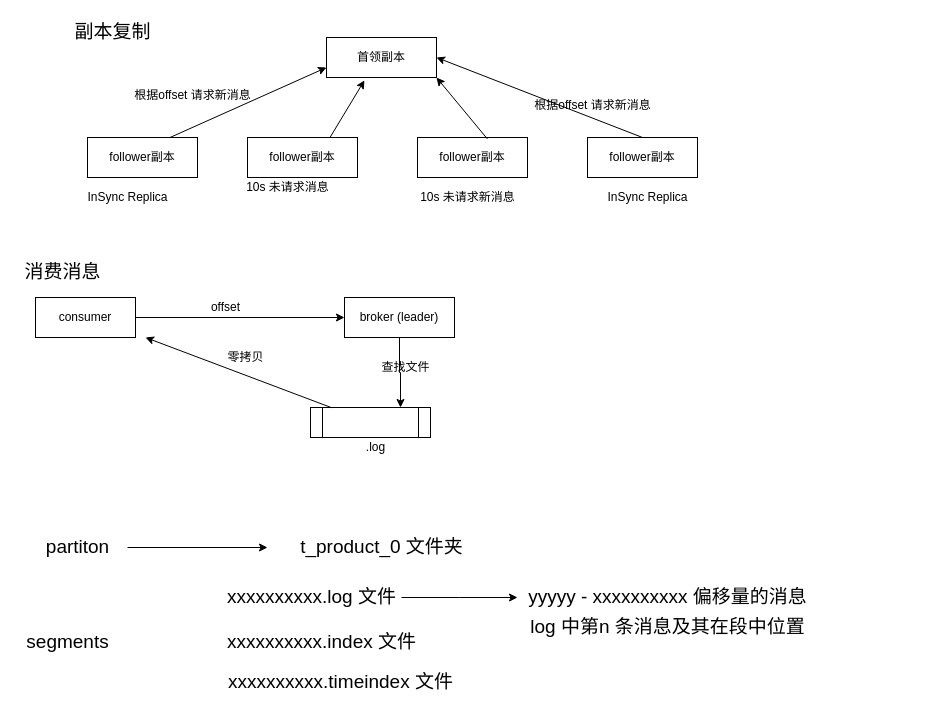
davids-dot/DrawIo keeps this draw.io diagram as replica.drawio. Above is the earlier version. Source tidied: cells renumbered, new cells numbered last; positions are measured from the earlier drawing's top-left corner, leaving out a move shared by most shapes. Both pictures are drawn from the tidied source at 100%, with x=0, y=0 at pixel (17, 17).
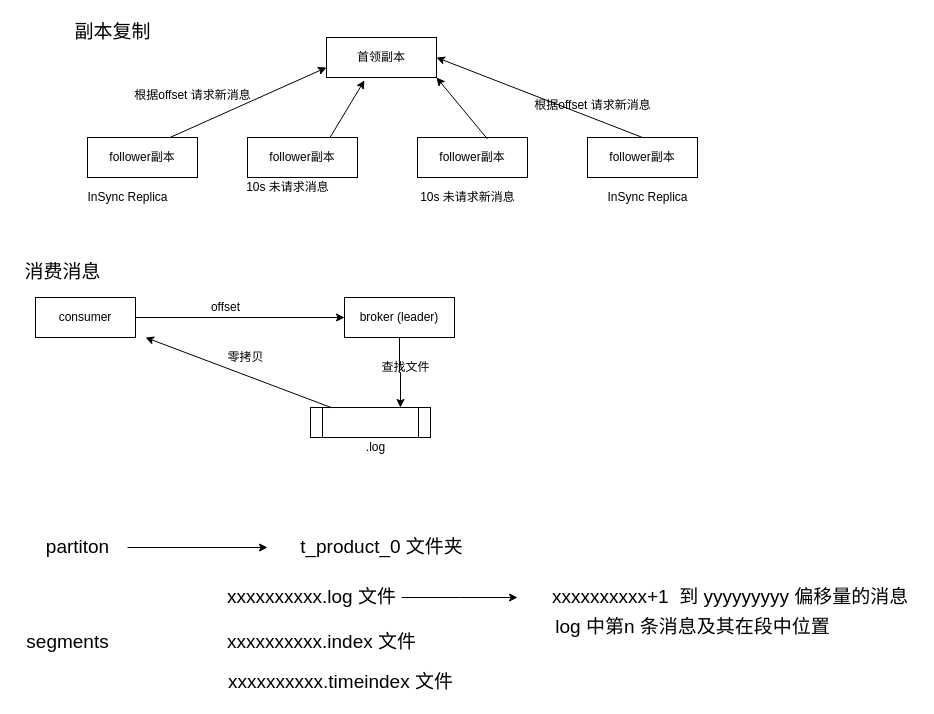
The same diagram, later.

The edit, as a diff of the source:
```diff
@@
-    <mxCell id="37" value="yyyyy - xxxxxxxxxx 偏移量的消息" style="text;html=1;align=center;verticalAlign=middle;fontSize=19;" parent="1" vertex="1">
-      <mxGeometry x="505" y="565" width="290" height="30" as="geometry" />
+    <mxCell id="37" value="&amp;nbsp;xxxxxxxxxx+1&amp;nbsp; 到 yyyyyyyyy 偏移量的消息" style="text;html=1;align=center;verticalAlign=middle;fontSize=19;" parent="1" vertex="1">
+      <mxGeometry x="520" y="565" width="380" height="30" as="geometry" />
     </mxCell>
     <mxCell id="38" value="log 中第n 条消息及其在段中位置" style="text;html=1;align=center;verticalAlign=middle;fontSize=19;" parent="1" vertex="1">
-      <mxGeometry x="505" y="595" width="290" height="30" as="geometry" />
+      <mxGeometry x="530" y="595" width="290" height="30" as="geometry" />
     </mxCell>
```
